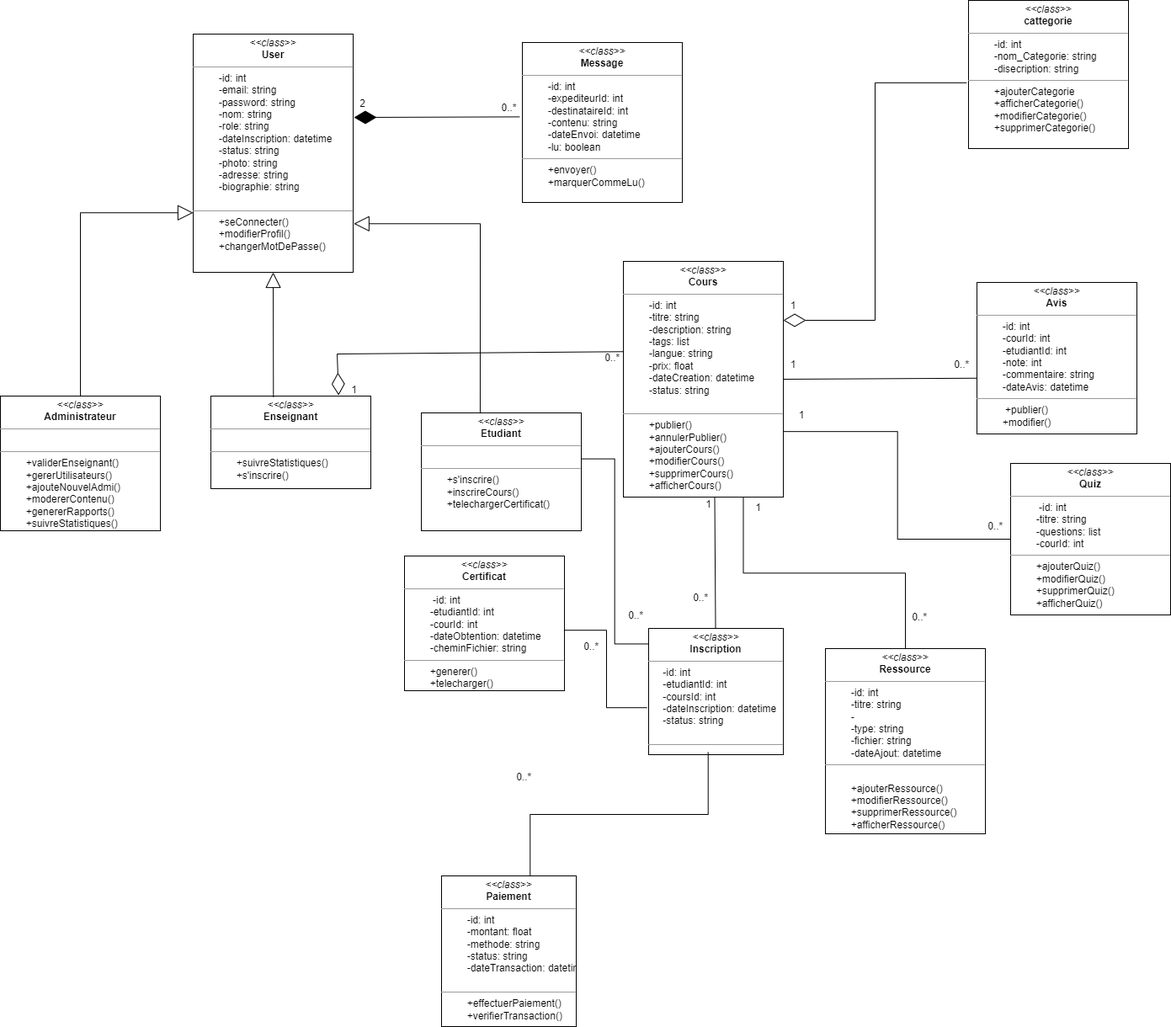
Above: project/Z.les diagram/Digram_de_class.drawio.png in ridasersif/Digital-School-Le-fil-rouge (draw.io), before the change. Source tidied: cells renumbered, new cells last; positions are measured from the earlier drawing's top-left corner, leaving out a move shared by most shapes.
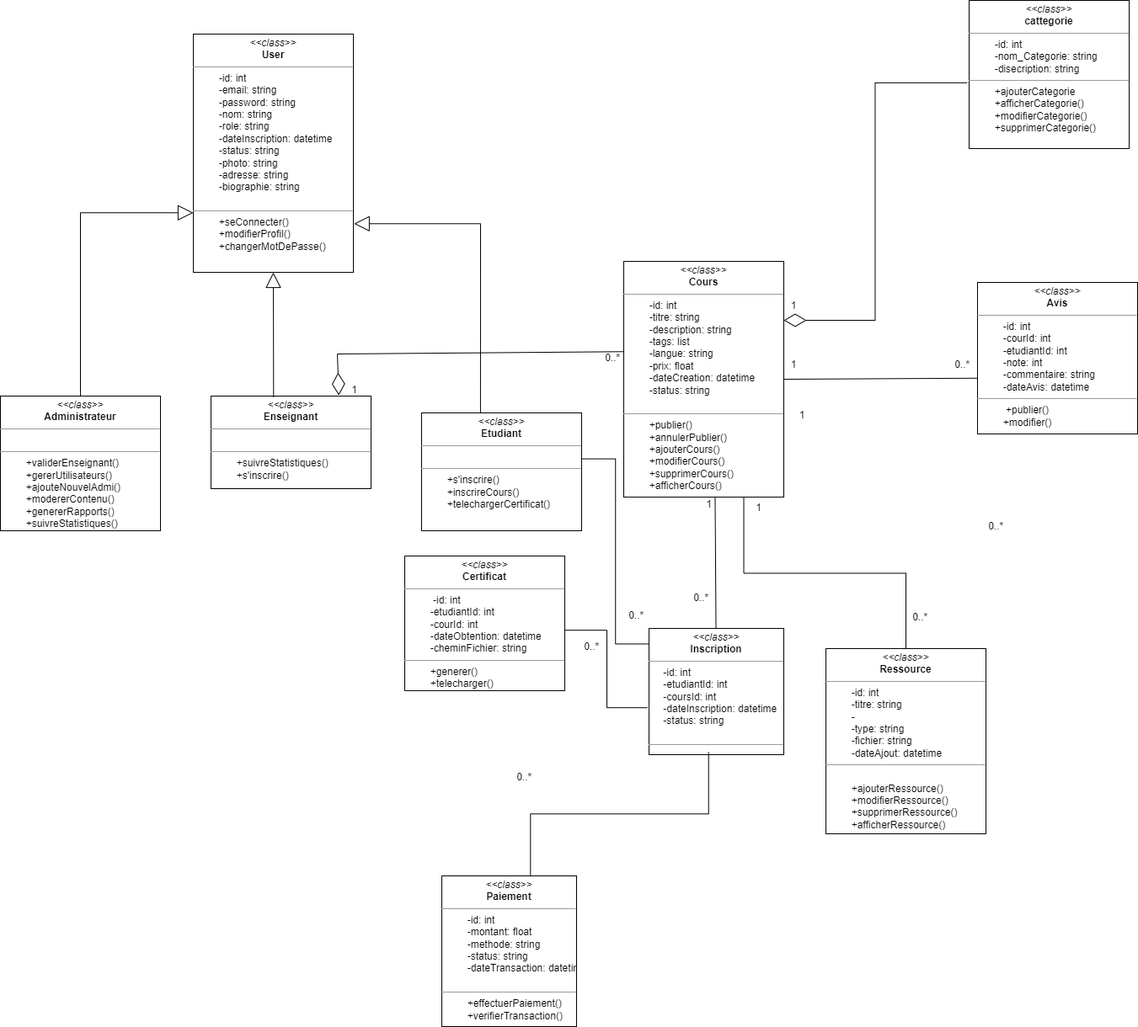
Later version of the same file.

Diff of the diagram source:
```diff
@@ -32,12 +32,6 @@
     <mxCell id="11" value="&lt;p style=&quot;margin:0px;margin-top:4px;text-align:center;&quot;&gt;&lt;i&gt;&amp;lt;&amp;lt;class&amp;gt;&amp;gt;&lt;/i&gt;&lt;br&gt;&lt;b&gt;cattegorie&lt;/b&gt;&lt;/p&gt;&lt;hr size=&quot;1&quot;&gt;&lt;p style=&quot;margin:0px;margin-left:4px;&quot;&gt;&lt;span style=&quot;white-space: pre;&quot;&gt;&#9;&lt;/span&gt;&lt;span style=&quot;background-color: transparent;&quot;&gt;-id: int&lt;/span&gt;&lt;/p&gt;&lt;p style=&quot;margin:0px;margin-left:4px;&quot;&gt;&lt;span style=&quot;white-space-collapse: collapse;&quot;&gt;&lt;span style=&quot;white-space-collapse: preserve;&quot;&gt;&#9;&lt;/span&gt;-nom_Categorie: string&lt;/span&gt;&lt;/p&gt;&lt;p style=&quot;margin:0px;margin-left:4px;&quot;&gt;&lt;span style=&quot;white-space-collapse: collapse;&quot;&gt;&lt;span style=&quot;white-space: pre;&quot;&gt;&#9;&lt;/span&gt;-disecription: string&lt;/span&gt;&lt;/p&gt;&lt;hr size=&quot;1&quot;&gt;&lt;p style=&quot;margin: 0px 0px 0px 4px;&quot;&gt;&lt;span style=&quot;white-space: pre;&quot;&gt;&#9;&lt;/span&gt;&lt;span style=&quot;background-color: transparent; color: light-dark(rgb(0, 0, 0), rgb(255, 255, 255));&quot;&gt;+ajouterCategorie&lt;/span&gt;&lt;/p&gt;&lt;p style=&quot;margin: 0px 0px 0px 4px;&quot;&gt;&lt;span style=&quot;white-space-collapse: preserve;&quot;&gt;&#9;&lt;/span&gt;+afficherCategorie()&lt;/p&gt;&lt;p style=&quot;margin: 0px 0px 0px 4px;&quot;&gt;&lt;span style=&quot;white-space-collapse: preserve;&quot;&gt;&#9;&lt;/span&gt;+modifierCategorie()&lt;/p&gt;&lt;p style=&quot;margin: 0px 0px 0px 4px;&quot;&gt;&lt;span style=&quot;white-space-collapse: preserve;&quot;&gt;&#9;&lt;/span&gt;+supprimerCategorie()&lt;/p&gt;" style="verticalAlign=top;align=left;overflow=fill;fontSize=12;fontFamily=Helvetica;html=1;rounded=0;shadow=0;comic=0;labelBackgroundColor=none;strokeWidth=1;" parent="1" vertex="1">
       <mxGeometry x="1150" width="190" height="176" as="geometry" />
     </mxCell>
-    <mxCell id="12" value="&lt;p style=&quot;margin:0px;margin-top:4px;text-align:center;&quot;&gt;&lt;i&gt;&amp;lt;&amp;lt;class&amp;gt;&amp;gt;&lt;/i&gt;&lt;br&gt;&lt;b&gt;Quiz&lt;/b&gt;&lt;/p&gt;&lt;hr size=&quot;1&quot;&gt;&lt;p style=&quot;margin:0px;margin-left:4px;&quot;&gt;&lt;span style=&quot;white-space: pre;&quot;&gt;&#9;&lt;/span&gt;&lt;span style=&quot;background-color: transparent;&quot;&gt;&amp;nbsp;-id: int&lt;/span&gt;&lt;/p&gt;&lt;p style=&quot;margin:0px;margin-left:4px;&quot;&gt;&amp;nbsp; &amp;nbsp; &amp;nbsp; &amp;nbsp; -titre: string&lt;/p&gt;&lt;p style=&quot;margin:0px;margin-left:4px;&quot;&gt;&amp;nbsp; &amp;nbsp; &amp;nbsp; &amp;nbsp; -questions: list&lt;/p&gt;&lt;p style=&quot;margin:0px;margin-left:4px;&quot;&gt;&amp;nbsp; &amp;nbsp; &amp;nbsp; &amp;nbsp; -courId: int&lt;/p&gt;&lt;hr size=&quot;1&quot;&gt;&lt;p style=&quot;margin: 0px 0px 0px 4px;&quot;&gt;&lt;span style=&quot;white-space: pre;&quot;&gt;&#9;&lt;/span&gt;&lt;span style=&quot;background-color: transparent; color: light-dark(rgb(0, 0, 0), rgb(255, 255, 255));&quot;&gt;+ajouterQuiz()&lt;/span&gt;&lt;/p&gt;&lt;p style=&quot;margin: 0px 0px 0px 4px;&quot;&gt;&amp;nbsp; &amp;nbsp; &amp;nbsp; &amp;nbsp; +modifierQuiz()&lt;/p&gt;&lt;p style=&quot;margin: 0px 0px 0px 4px;&quot;&gt;&lt;span style=&quot;white-space-collapse: preserve;&quot;&gt;&#9;&lt;/span&gt;+supprimerQuiz()&lt;/p&gt;&lt;p style=&quot;margin: 0px 0px 0px 4px;&quot;&gt;&lt;span style=&quot;white-space-collapse: preserve;&quot;&gt;&#9;&lt;/span&gt;+afficherQuiz()&lt;/p&gt;&lt;div&gt;&lt;br&gt;&lt;/div&gt;" style="verticalAlign=top;align=left;overflow=fill;fontSize=12;fontFamily=Helvetica;html=1;rounded=0;shadow=0;comic=0;labelBackgroundColor=none;strokeWidth=1;" parent="1" vertex="1">
-      <mxGeometry x="1200" y="550" width="190" height="180" as="geometry" />
-    </mxCell>
-    <mxCell id="13" value="&lt;p style=&quot;margin:0px;margin-top:4px;text-align:center;&quot;&gt;&lt;i&gt;&amp;lt;&amp;lt;class&amp;gt;&amp;gt;&lt;/i&gt;&lt;br&gt;&lt;b&gt;Message&lt;/b&gt;&lt;/p&gt;&lt;hr size=&quot;1&quot;&gt;&lt;p style=&quot;margin:0px;margin-left:4px;&quot;&gt;&lt;span style=&quot;white-space: pre;&quot;&gt;&#9;&lt;/span&gt;&lt;span style=&quot;background-color: transparent;&quot;&gt;-id: int&lt;/span&gt;&lt;/p&gt;&lt;p style=&quot;margin:0px;margin-left:4px;&quot;&gt;&amp;nbsp; &amp;nbsp; &amp;nbsp; &amp;nbsp; -expediteurId: int&lt;/p&gt;&lt;p style=&quot;margin:0px;margin-left:4px;&quot;&gt;&amp;nbsp; &amp;nbsp; &amp;nbsp; &amp;nbsp; -destinataireId: int&lt;/p&gt;&lt;p style=&quot;margin:0px;margin-left:4px;&quot;&gt;&amp;nbsp; &amp;nbsp; &amp;nbsp; &amp;nbsp; -contenu: string&lt;/p&gt;&lt;p style=&quot;margin:0px;margin-left:4px;&quot;&gt;&amp;nbsp; &amp;nbsp; &amp;nbsp; &amp;nbsp; -dateEnvoi: datetime&lt;/p&gt;&lt;p style=&quot;margin:0px;margin-left:4px;&quot;&gt;&amp;nbsp; &amp;nbsp; &amp;nbsp; &amp;nbsp; -lu: boolean&lt;/p&gt;&lt;hr size=&quot;1&quot;&gt;&lt;p style=&quot;margin: 0px 0px 0px 4px;&quot;&gt;&lt;span style=&quot;white-space: pre;&quot;&gt;&#9;&lt;/span&gt;&lt;span style=&quot;background-color: transparent; color: light-dark(rgb(0, 0, 0), rgb(255, 255, 255));&quot;&gt;+envoyer()&lt;/span&gt;&lt;/p&gt;&lt;p style=&quot;margin: 0px 0px 0px 4px;&quot;&gt;&amp;nbsp; &amp;nbsp; &amp;nbsp; &amp;nbsp; +marquerCommeLu()&lt;/p&gt;" style="verticalAlign=top;align=left;overflow=fill;fontSize=12;fontFamily=Helvetica;html=1;rounded=0;shadow=0;comic=0;labelBackgroundColor=none;strokeWidth=1;" parent="1" vertex="1">
-      <mxGeometry x="620" y="50" width="190" height="190" as="geometry" />
-    </mxCell>
     <mxCell id="14" value="&lt;p style=&quot;margin:0px;margin-top:4px;text-align:center;&quot;&gt;&lt;i&gt;&amp;lt;&amp;lt;class&amp;gt;&amp;gt;&lt;/i&gt;&lt;br&gt;&lt;b&gt;Avis&lt;/b&gt;&lt;/p&gt;&lt;hr size=&quot;1&quot;&gt;&lt;p style=&quot;margin:0px;margin-left:4px;&quot;&gt;&lt;span style=&quot;white-space: pre;&quot;&gt;&#9;&lt;/span&gt;&lt;span style=&quot;background-color: transparent;&quot;&gt;-id: int&lt;/span&gt;&lt;/p&gt;&lt;p style=&quot;margin:0px;margin-left:4px;&quot;&gt;&amp;nbsp; &amp;nbsp; &amp;nbsp; &amp;nbsp; -courId: int&lt;/p&gt;&lt;p style=&quot;margin:0px;margin-left:4px;&quot;&gt;&amp;nbsp; &amp;nbsp; &amp;nbsp; &amp;nbsp; -etudiantId: int&lt;/p&gt;&lt;p style=&quot;margin:0px;margin-left:4px;&quot;&gt;&amp;nbsp; &amp;nbsp; &amp;nbsp; &amp;nbsp; -note: int&lt;/p&gt;&lt;p style=&quot;margin:0px;margin-left:4px;&quot;&gt;&amp;nbsp; &amp;nbsp; &amp;nbsp; &amp;nbsp; -commentaire: string&lt;/p&gt;&lt;p style=&quot;margin:0px;margin-left:4px;&quot;&gt;&amp;nbsp; &amp;nbsp; &amp;nbsp; &amp;nbsp; -dateAvis: datetime&lt;/p&gt;&lt;hr size=&quot;1&quot;&gt;&lt;p style=&quot;margin: 0px 0px 0px 4px;&quot;&gt;&lt;span style=&quot;white-space: pre;&quot;&gt;&#9;&lt;/span&gt;&lt;span style=&quot;background-color: transparent; color: light-dark(rgb(0, 0, 0), rgb(255, 255, 255));&quot;&gt;&amp;nbsp;&lt;/span&gt;&lt;span style=&quot;background-color: transparent; color: light-dark(rgb(0, 0, 0), rgb(255, 255, 255));&quot;&gt;+publier()&lt;/span&gt;&lt;/p&gt;&lt;p style=&quot;margin: 0px 0px 0px 4px;&quot;&gt;&amp;nbsp; &amp;nbsp; &amp;nbsp; &amp;nbsp; +modifier()&lt;/p&gt;" style="verticalAlign=top;align=left;overflow=fill;fontSize=12;fontFamily=Helvetica;html=1;rounded=0;shadow=0;comic=0;labelBackgroundColor=none;strokeWidth=1;" parent="1" vertex="1">
       <mxGeometry x="1160" y="335" width="190" height="180" as="geometry" />
     </mxCell>
@@ -54,17 +48,6 @@
     <mxCell id="17" value="&amp;nbsp;0..*" style="text;html=1;align=center;verticalAlign=middle;strokeColor=none;fillColor=none;" parent="1" vertex="1">
       <mxGeometry x="705" y="410" width="40" height="30" as="geometry" />
     </mxCell>
-    <mxCell id="18" style="endArrow=diamondThin;endFill=1;endSize=24;html=1;rounded=0;exitX=-0.017;exitY=0.465;exitDx=0;exitDy=0;exitPerimeter=0;" parent="1" edge="1" source="13">
-      <mxGeometry relative="1" as="geometry">
-        <mxPoint x="420" y="139" as="targetPoint" />
-      </mxGeometry>
-    </mxCell>
-    <mxCell id="19" value=" 0..*" style="text;html=1;align=center;verticalAlign=middle;strokeColor=none;fillColor=none;" parent="1" vertex="1">
-      <mxGeometry x="584" y="113" width="40" height="30" as="geometry" />
-    </mxCell>
-    <mxCell id="20" value="2" style="text;html=1;align=center;verticalAlign=middle;strokeColor=none;fillColor=none;" parent="1" vertex="1">
-      <mxGeometry x="415" y="108" width="30" height="30" as="geometry" />
-    </mxCell>
     <mxCell id="21" style="endArrow=diamondThin;endFill=0;endSize=24;html=1;rounded=0;exitX=-0.012;exitY=0.556;exitDx=0;exitDy=0;exitPerimeter=0;entryX=1;entryY=0.25;entryDx=0;entryDy=0;edgeStyle=elbowEdgeStyle;" parent="1" edge="1" source="11" target="6">
       <mxGeometry relative="1" as="geometry" />
     </mxCell>
@@ -80,9 +63,6 @@
     <mxCell id="25" value="&amp;nbsp;0..*" style="text;html=1;align=center;verticalAlign=middle;strokeColor=none;fillColor=none;" parent="1" vertex="1">
       <mxGeometry x="1120" y="418" width="40" height="30" as="geometry" />
     </mxCell>
-    <mxCell id="26" style="endArrow=none;html=1;rounded=0;entryX=0;entryY=0.5;entryDx=0;entryDy=0;exitX=1.002;exitY=0.722;exitDx=0;exitDy=0;exitPerimeter=0;edgeStyle=elbowEdgeStyle;" parent="1" edge="1" source="6" target="12">
-      <mxGeometry relative="1" as="geometry" />
-    </mxCell>
     <mxCell id="27" style="endArrow=none;html=1;rounded=0;entryX=0.75;entryY=1;entryDx=0;entryDy=0;exitX=0.5;exitY=0;exitDx=0;exitDy=0;edgeStyle=elbowEdgeStyle;elbow=vertical;" parent="1" edge="1" source="10" target="6">
       <mxGeometry relative="1" as="geometry" />
     </mxCell>
```
